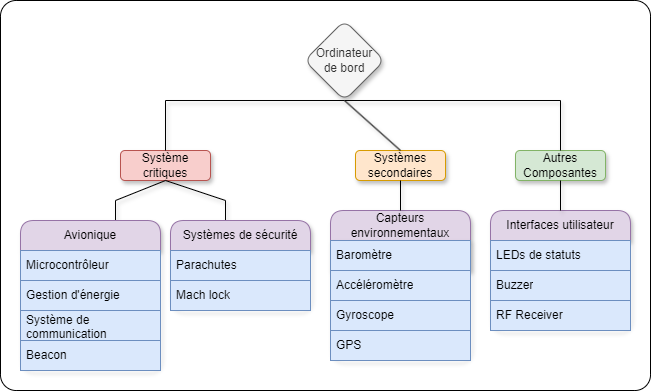
Earlier version of the draw.io export Documentation/ODB2/Explications/Diagram_Structure.png (GAULAvionique2024-2025/Ordinateur-de-bord). Source tidied: cells renumbered, new cells last; positions are measured from the earlier drawing's top-left corner, leaving out a move shared by most shapes. Source of this version:
```xml
<mxGraphModel>
  <root>
    <mxCell id="0" />
    <mxCell id="1" parent="0" />
    <mxCell id="2" style="rounded=1;whiteSpace=wrap;html=1;arcSize=4;" parent="1" vertex="1">
      <mxGeometry width="650" height="390" as="geometry" />
    </mxCell>
    <mxCell id="3" value="Ordinateur&lt;div&gt;de bord&lt;/div&gt;" style="rhombus;whiteSpace=wrap;html=1;fillColor=#f5f5f5;strokeColor=#666666;rounded=1;shadow=1;fontColor=#333333;" parent="1" vertex="1">
      <mxGeometry x="304" y="20" width="80" height="80" as="geometry" />
    </mxCell>
    <mxCell id="4" value="Systèmes secondaires" style="rounded=1;whiteSpace=wrap;html=1;shadow=1;fillColor=#ffe6cc;strokeColor=#d79b00;" parent="1" vertex="1">
      <mxGeometry x="355" y="150" width="90" height="30" as="geometry" />
    </mxCell>
    <mxCell id="5" value="Autres&lt;div&gt;Composantes&lt;/div&gt;" style="rounded=1;whiteSpace=wrap;html=1;shadow=1;fillColor=#d5e8d4;strokeColor=#82b366;" parent="1" vertex="1">
      <mxGeometry x="515" y="150" width="90" height="30" as="geometry" />
    </mxCell>
    <mxCell id="6" value="Système&lt;div&gt;critiques&lt;/div&gt;" style="rounded=1;whiteSpace=wrap;html=1;shadow=1;fillColor=#f8cecc;strokeColor=#b85450;" parent="1" vertex="1">
      <mxGeometry x="120" y="150" width="90" height="30" as="geometry" />
    </mxCell>
    <mxCell id="7" style="endArrow=none;html=1;rounded=0;exitX=0.5;exitY=0;exitDx=0;exitDy=0;entryX=0.5;entryY=1;entryDx=0;entryDy=0;shadow=1;flowAnimation=0;" parent="1" edge="1" source="6" target="3">
      <mxGeometry relative="1" as="geometry">
        <Array as="points">
          <mxPoint x="165" y="100" />
        </Array>
      </mxGeometry>
    </mxCell>
    <mxCell id="8" style="endArrow=none;html=1;rounded=0;exitX=0.5;exitY=0;exitDx=0;exitDy=0;entryX=0.5;entryY=1;entryDx=0;entryDy=0;shadow=1;" parent="1" edge="1" source="5" target="3">
      <mxGeometry relative="1" as="geometry">
        <Array as="points">
          <mxPoint x="560" y="100" />
        </Array>
      </mxGeometry>
    </mxCell>
    <mxCell id="9" style="endArrow=none;html=1;rounded=0;exitX=0.5;exitY=0;exitDx=0;exitDy=0;entryX=0.5;entryY=1;entryDx=0;entryDy=0;shadow=1;" parent="1" edge="1" source="4" target="3">
      <mxGeometry relative="1" as="geometry" />
    </mxCell>
    <mxCell id="10" style="endArrow=none;html=1;rounded=0;entryX=0.5;entryY=1;entryDx=0;entryDy=0;exitX=0.5;exitY=0;exitDx=0;exitDy=0;shadow=1;" parent="1" edge="1" target="6">
      <mxGeometry relative="1" as="geometry">
        <mxPoint x="115" y="220" as="sourcePoint" />
        <Array as="points">
          <mxPoint x="115" y="200" />
        </Array>
      </mxGeometry>
    </mxCell>
    <mxCell id="11" style="endArrow=none;html=1;rounded=0;exitX=0.5;exitY=1;exitDx=0;exitDy=0;entryX=0.5;entryY=0;entryDx=0;entryDy=0;shadow=1;" parent="1" edge="1" source="6">
      <mxGeometry relative="1" as="geometry">
        <mxPoint x="225" y="220" as="targetPoint" />
        <Array as="points">
          <mxPoint x="225" y="200" />
        </Array>
      </mxGeometry>
    </mxCell>
    <mxCell id="12" value="Avionique" style="swimlane;fontStyle=0;horizontal=1;startSize=30;whiteSpace=wrap;html=1;rounded=1;shadow=1;fillColor=#e1d5e7;strokeColor=#9673a6;" parent="1" vertex="1">
      <mxGeometry x="20" y="220" width="140" height="150" as="geometry" />
    </mxCell>
    <mxCell id="13" value="Microcontrôleur" style="text;strokeColor=#6c8ebf;fillColor=#dae8fc;align=left;verticalAlign=middle;spacingLeft=4;spacingRight=4;overflow=hidden;whiteSpace=wrap;html=1;" parent="12" vertex="1">
      <mxGeometry y="30" width="140" height="30" as="geometry" />
    </mxCell>
    <mxCell id="14" value="Gestion d'énergie" style="text;strokeColor=#6c8ebf;fillColor=#dae8fc;align=left;verticalAlign=middle;spacingLeft=4;spacingRight=4;overflow=hidden;whiteSpace=wrap;html=1;" parent="12" vertex="1">
      <mxGeometry y="60" width="140" height="30" as="geometry" />
    </mxCell>
    <mxCell id="15" value="Système de communication" style="text;strokeColor=#6c8ebf;fillColor=#dae8fc;align=left;verticalAlign=middle;spacingLeft=4;spacingRight=4;overflow=hidden;whiteSpace=wrap;html=1;" parent="12" vertex="1">
      <mxGeometry y="90" width="140" height="30" as="geometry" />
    </mxCell>
    <mxCell id="16" value="Beacon" style="text;strokeColor=#6c8ebf;fillColor=#dae8fc;align=left;verticalAlign=middle;spacingLeft=4;spacingRight=4;overflow=hidden;whiteSpace=wrap;html=1;" parent="12" vertex="1">
      <mxGeometry y="120" width="140" height="30" as="geometry" />
    </mxCell>
    <mxCell id="17" value="Systèmes de sécurité" style="swimlane;fontStyle=0;horizontal=1;startSize=30;whiteSpace=wrap;html=1;rounded=1;shadow=1;fillColor=#e1d5e7;strokeColor=#9673a6;" parent="1" vertex="1">
      <mxGeometry x="170" y="220" width="140" height="90" as="geometry" />
    </mxCell>
    <mxCell id="18" value="Parachutes" style="text;strokeColor=#6c8ebf;fillColor=#dae8fc;align=left;verticalAlign=middle;spacingLeft=4;spacingRight=4;overflow=hidden;whiteSpace=wrap;html=1;" parent="17" vertex="1">
      <mxGeometry y="30" width="140" height="30" as="geometry" />
    </mxCell>
    <mxCell id="19" value="Mach lock" style="text;strokeColor=#6c8ebf;fillColor=#dae8fc;align=left;verticalAlign=middle;spacingLeft=4;spacingRight=4;overflow=hidden;whiteSpace=wrap;html=1;" parent="17" vertex="1">
      <mxGeometry y="60" width="140" height="30" as="geometry" />
    </mxCell>
    <mxCell id="20" value="Capteurs environnementaux" style="swimlane;fontStyle=0;horizontal=1;startSize=30;whiteSpace=wrap;html=1;rounded=1;shadow=1;fillColor=#e1d5e7;strokeColor=#9673a6;" parent="1" vertex="1">
      <mxGeometry x="330" y="210" width="140" height="150" as="geometry" />
    </mxCell>
    <mxCell id="21" value="Baromètre" style="text;strokeColor=#6c8ebf;fillColor=#dae8fc;align=left;verticalAlign=middle;spacingLeft=4;spacingRight=4;overflow=hidden;whiteSpace=wrap;html=1;shadow=1;" parent="20" vertex="1">
      <mxGeometry y="30" width="140" height="30" as="geometry" />
    </mxCell>
    <mxCell id="22" value="Accéléromètre" style="text;strokeColor=#6c8ebf;fillColor=#dae8fc;align=left;verticalAlign=middle;spacingLeft=4;spacingRight=4;overflow=hidden;whiteSpace=wrap;html=1;" parent="20" vertex="1">
      <mxGeometry y="60" width="140" height="30" as="geometry" />
    </mxCell>
    <mxCell id="23" value="Gyroscope" style="text;strokeColor=#6c8ebf;fillColor=#dae8fc;align=left;verticalAlign=middle;spacingLeft=4;spacingRight=4;overflow=hidden;whiteSpace=wrap;html=1;" parent="20" vertex="1">
      <mxGeometry y="90" width="140" height="30" as="geometry" />
    </mxCell>
    <mxCell id="24" value="GPS" style="text;strokeColor=#6c8ebf;fillColor=#dae8fc;align=left;verticalAlign=middle;spacingLeft=4;spacingRight=4;overflow=hidden;whiteSpace=wrap;html=1;" parent="20" vertex="1">
      <mxGeometry y="120" width="140" height="30" as="geometry" />
    </mxCell>
    <mxCell id="25" value="Interfaces utilisateur" style="swimlane;fontStyle=0;horizontal=1;startSize=30;whiteSpace=wrap;html=1;rounded=1;shadow=1;fillColor=#e1d5e7;strokeColor=#9673a6;" parent="1" vertex="1">
      <mxGeometry x="490" y="210" width="140" height="120" as="geometry" />
    </mxCell>
    <mxCell id="26" value="LEDs de statuts" style="text;strokeColor=#6c8ebf;fillColor=#dae8fc;align=left;verticalAlign=middle;spacingLeft=4;spacingRight=4;overflow=hidden;whiteSpace=wrap;html=1;" parent="25" vertex="1">
      <mxGeometry y="30" width="140" height="30" as="geometry" />
    </mxCell>
    <mxCell id="27" value="Buzzer" style="text;strokeColor=#6c8ebf;fillColor=#dae8fc;align=left;verticalAlign=middle;spacingLeft=4;spacingRight=4;overflow=hidden;whiteSpace=wrap;html=1;" parent="25" vertex="1">
      <mxGeometry y="60" width="140" height="30" as="geometry" />
    </mxCell>
    <mxCell id="28" value="RF Receiver" style="text;strokeColor=#6c8ebf;fillColor=#dae8fc;align=left;verticalAlign=middle;spacingLeft=4;spacingRight=4;overflow=hidden;whiteSpace=wrap;html=1;" parent="25" vertex="1">
      <mxGeometry y="90" width="140" height="30" as="geometry" />
    </mxCell>
    <mxCell id="29" style="endArrow=none;html=1;rounded=0;exitX=0.5;exitY=1;exitDx=0;exitDy=0;entryX=0.5;entryY=0;entryDx=0;entryDy=0;shadow=1;" parent="1" edge="1" source="4" target="20">
      <mxGeometry relative="1" as="geometry" />
    </mxCell>
    <mxCell id="30" style="endArrow=none;html=1;rounded=0;exitX=0.5;exitY=0;exitDx=0;exitDy=0;entryX=0.5;entryY=1;entryDx=0;entryDy=0;shadow=1;" parent="1" edge="1" source="25" target="5">
      <mxGeometry relative="1" as="geometry" />
    </mxCell>
  </root>
</mxGraphModel>
```
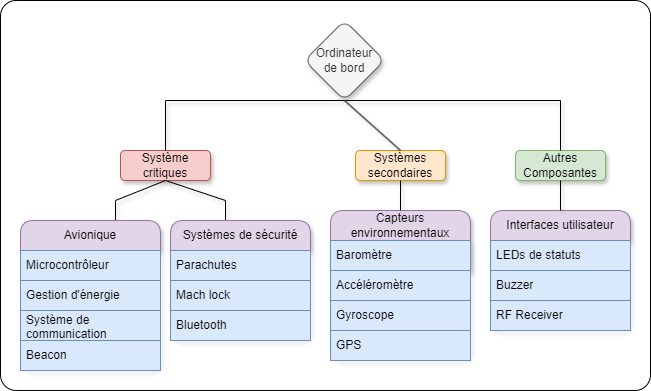
Above is the later version.

What changed in the source:
```diff
@@ -66,7 +66,7 @@
       <mxGeometry y="120" width="140" height="30" as="geometry" />
     </mxCell>
     <mxCell id="17" value="Systèmes de sécurité" style="swimlane;fontStyle=0;horizontal=1;startSize=30;whiteSpace=wrap;html=1;rounded=1;shadow=1;fillColor=#e1d5e7;strokeColor=#9673a6;" parent="1" vertex="1">
-      <mxGeometry x="170" y="220" width="140" height="90" as="geometry" />
+      <mxGeometry x="170" y="220" width="140" height="120" as="geometry" />
     </mxCell>
     <mxCell id="18" value="Parachutes" style="text;strokeColor=#6c8ebf;fillColor=#dae8fc;align=left;verticalAlign=middle;spacingLeft=4;spacingRight=4;overflow=hidden;whiteSpace=wrap;html=1;" parent="17" vertex="1">
       <mxGeometry y="30" width="140" height="30" as="geometry" />
@@ -74,6 +74,9 @@
     <mxCell id="19" value="Mach lock" style="text;strokeColor=#6c8ebf;fillColor=#dae8fc;align=left;verticalAlign=middle;spacingLeft=4;spacingRight=4;overflow=hidden;whiteSpace=wrap;html=1;" parent="17" vertex="1">
       <mxGeometry y="60" width="140" height="30" as="geometry" />
     </mxCell>
+    <mxCell id="31" value="Bluetooth" style="text;strokeColor=#6c8ebf;fillColor=#dae8fc;align=left;verticalAlign=middle;spacingLeft=4;spacingRight=4;overflow=hidden;whiteSpace=wrap;html=1;" parent="17" vertex="1">
+      <mxGeometry y="90" width="140" height="30" as="geometry" />
+    </mxCell>
     <mxCell id="20" value="Capteurs environnementaux" style="swimlane;fontStyle=0;horizontal=1;startSize=30;whiteSpace=wrap;html=1;rounded=1;shadow=1;fillColor=#e1d5e7;strokeColor=#9673a6;" parent="1" vertex="1">
       <mxGeometry x="330" y="210" width="140" height="150" as="geometry" />
     </mxCell>
```
